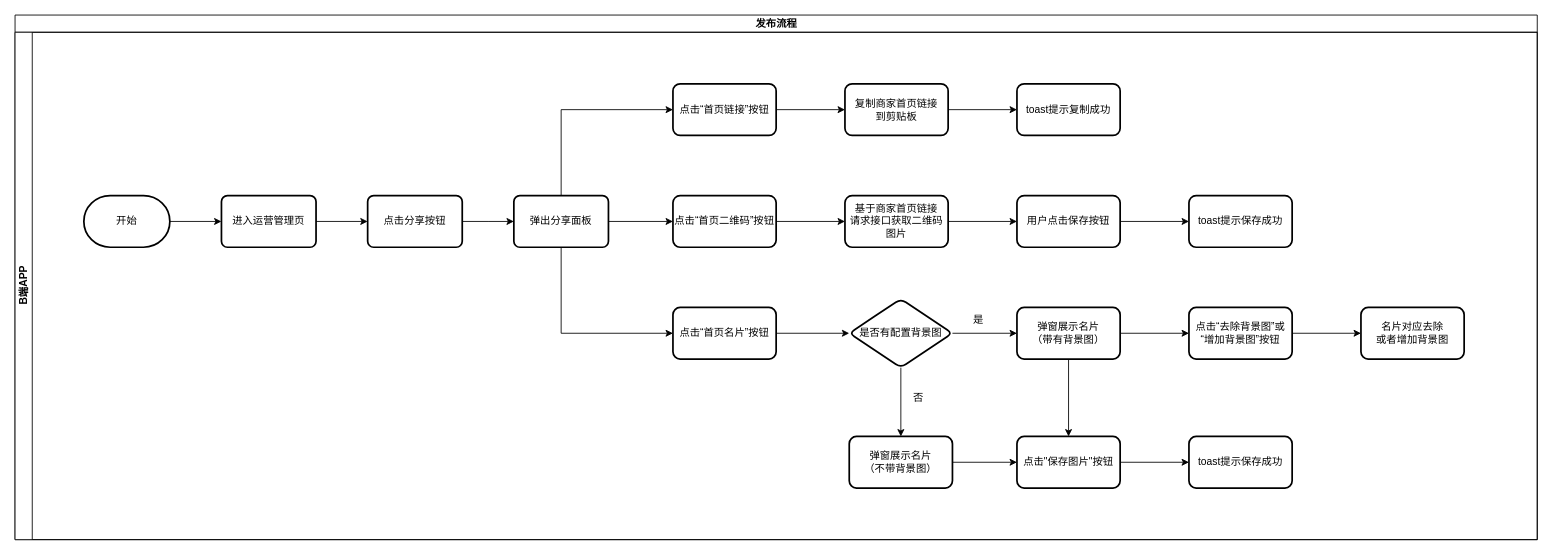
Above: 商家首页b端.drawio in Hantron/jira (draw.io), before the change. Source tidied: cells renumbered, new cells numbered last; positions are measured from the earlier drawing's top-left corner, leaving out a move shared by most shapes. Both pictures are drawn from the tidied source at 86%, with x=0, y=0 at pixel (15, 15).
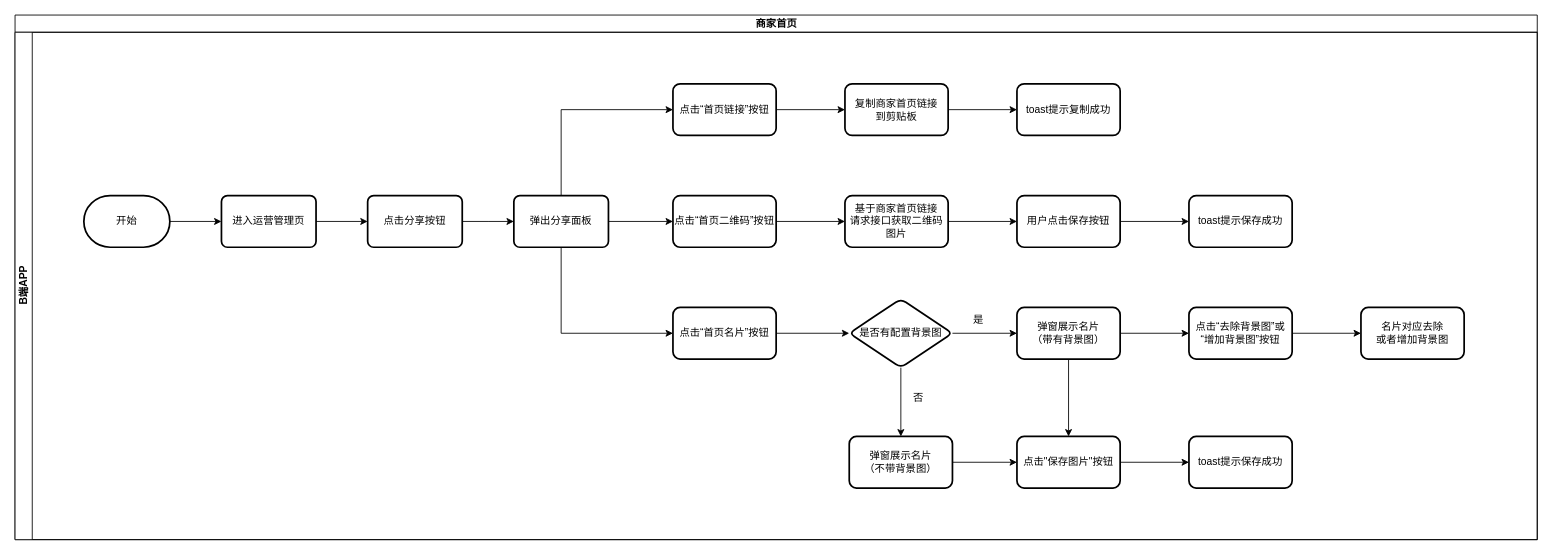
The same diagram, later.

Commit message:
更新商家首页b端.drawio

Diff of the diagram source:
```diff
@@
-    <mxCell id="2" value="发布流程" style="swimlane;horizontal=1;startSize=20;html=1;" parent="1" vertex="1">
+    <mxCell id="2" value="商家首页" style="swimlane;horizontal=1;startSize=20;html=1;" parent="1" vertex="1">
       <mxGeometry width="1770" height="610" as="geometry" />
     </mxCell>
```
